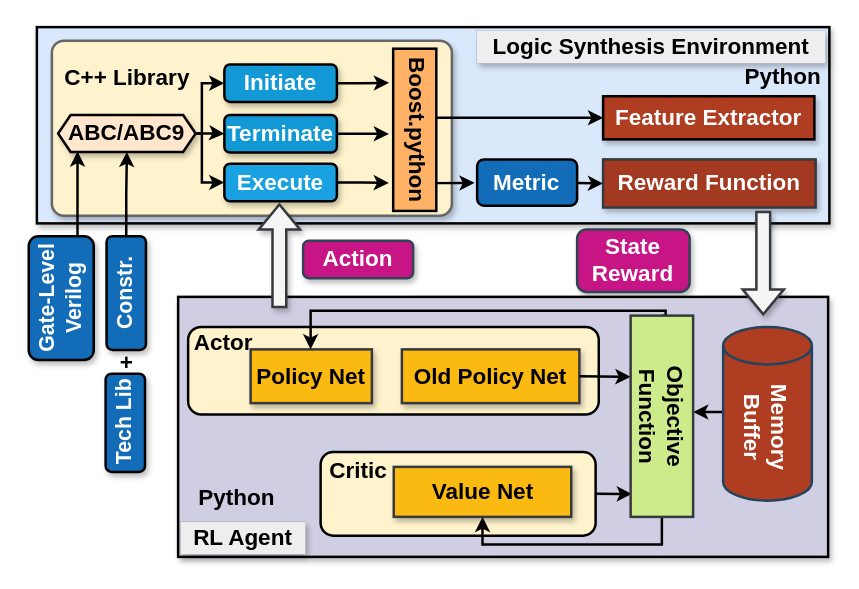
This is learningframework.drawio from kxzhu0505/LogicSynOpt, a draw.io file, before an edit. Source tidied: cells renumbered, new cells numbered last; positions are measured from the earlier drawing's top-left corner, leaving out a move shared by most shapes. Both pictures are drawn from the tidied source at 125%, with x=0, y=0 at pixel (-1, 26).
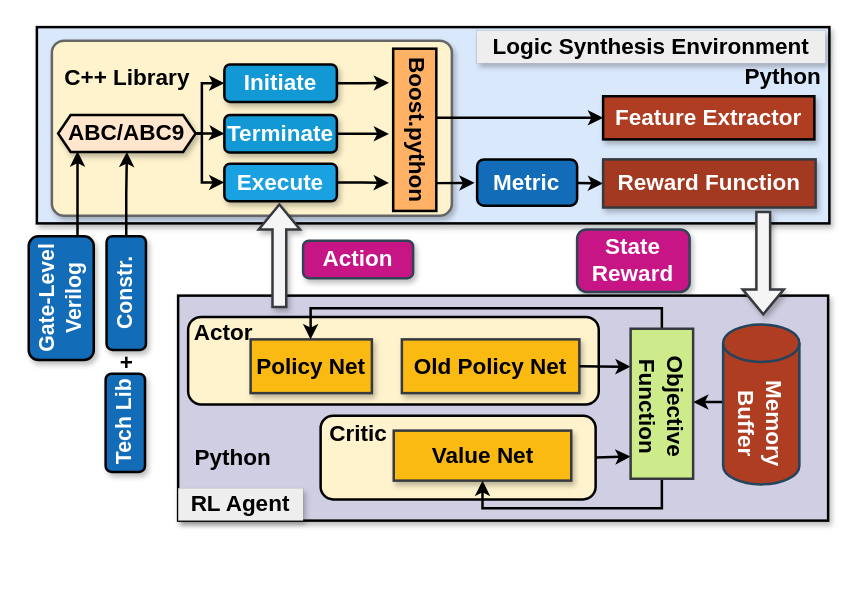
The same diagram, later.

The edit, as a diff of the source:
```diff
@@
     <mxCell id="10" style="rounded=0;whiteSpace=wrap;html=1;fillColor=#d0cee2;strokeColor=#000000;strokeWidth=2;shadow=1;" parent="1" vertex="1">
-      <mxGeometry x="143" y="216" width="520" height="208" as="geometry" />
+      <mxGeometry x="143" y="215" width="520" height="180" as="geometry" />
     </mxCell>
     <mxCell id="11" value="&lt;font size=&quot;1&quot; style=&quot;&quot;&gt;&lt;b style=&quot;font-size: 18px;&quot;&gt;RL Agent&lt;/b&gt;&lt;/font&gt;" style="text;html=1;align=center;verticalAlign=middle;whiteSpace=wrap;rounded=0;fillColor=#eeeeee;strokeColor=#36393d;strokeWidth=0;shadow=1;" parent="1" vertex="1">
-      <mxGeometry x="145" y="396" width="100" height="26" as="geometry" />
+      <mxGeometry x="143" y="369" width="100" height="26" as="geometry" />
     </mxCell>
     <mxCell id="12" style="rounded=1;whiteSpace=wrap;html=1;strokeWidth=2;fillColor=#fef3cd;" parent="1" vertex="1">
-      <mxGeometry x="151" y="240" width="328.5" height="70" as="geometry" />
+      <mxGeometry x="151" y="232" width="328.5" height="70" as="geometry" />
     </mxCell>
     <mxCell id="13" value="&lt;b style=&quot;&quot;&gt;&lt;font style=&quot;font-size: 18px;&quot;&gt;Policy Net&lt;/font&gt;&lt;/b&gt;" style="rounded=0;whiteSpace=wrap;html=1;fillColor=#faba11;strokeColor=#36393d;strokeWidth=2;shadow=1;" parent="1" vertex="1">
-      <mxGeometry x="201" y="258" width="97" height="43" as="geometry" />
+      <mxGeometry x="201" y="250" width="97" height="43" as="geometry" />
     </mxCell>
     <mxCell id="14" value="&lt;b style=&quot;&quot;&gt;&lt;font style=&quot;font-size: 18px;&quot;&gt;Old Policy Net&lt;/font&gt;&lt;/b&gt;" style="rounded=0;whiteSpace=wrap;html=1;fillColor=#faba11;strokeColor=#36393d;strokeWidth=2;shadow=1;" parent="1" vertex="1">
-      <mxGeometry x="322" y="258" width="142" height="43" as="geometry" />
+      <mxGeometry x="322" y="250" width="142" height="43" as="geometry" />
     </mxCell>
     <mxCell id="15" style="rounded=1;whiteSpace=wrap;html=1;strokeWidth=2;fillColor=#fef3cd;" parent="1" vertex="1">
-      <mxGeometry x="257" y="340" width="220" height="67" as="geometry" />
+      <mxGeometry x="257" y="311" width="220" height="67" as="geometry" />
     </mxCell>
     <mxCell id="16" value="&lt;b style=&quot;&quot;&gt;&lt;font style=&quot;font-size: 18px;&quot;&gt;Value Net&lt;/font&gt;&lt;/b&gt;" style="rounded=0;whiteSpace=wrap;html=1;fillColor=#faba11;strokeColor=#36393d;strokeWidth=2;shadow=1;" parent="1" vertex="1">
-      <mxGeometry x="315.5" y="352" width="142" height="40" as="geometry" />
+      <mxGeometry x="315.5" y="323" width="142" height="40" as="geometry" />
     </mxCell>
     <mxCell id="17" value="&lt;span style=&quot;font-size: 18px;&quot;&gt;&lt;b&gt;Actor&lt;/b&gt;&lt;/span&gt;" style="text;html=1;align=center;verticalAlign=middle;whiteSpace=wrap;rounded=0;" parent="1" vertex="1">
-      <mxGeometry x="139" y="238" width="81" height="30" as="geometry" />
+      <mxGeometry x="139" y="230" width="81" height="30" as="geometry" />
     </mxCell>
     <mxCell id="18" value="&lt;span style=&quot;font-size: 18px;&quot;&gt;&lt;b&gt;Critic&lt;/b&gt;&lt;/span&gt;" style="text;html=1;align=center;verticalAlign=middle;whiteSpace=wrap;rounded=0;" parent="1" vertex="1">
-      <mxGeometry x="247" y="340" width="81" height="30" as="geometry" />
+      <mxGeometry x="247" y="311" width="81" height="30" as="geometry" />
     </mxCell>
-    <mxCell id="19" style="endArrow=classic;html=1;rounded=0;strokeWidth=2;exitX=1;exitY=0.5;exitDx=0;exitDy=0;entryX=-0.001;entryY=0.304;entryDx=0;entryDy=0;entryPerimeter=0;" parent="1" edge="1" source="14" target="52">
-      <mxGeometry relative="1" as="geometry" />
+    <mxCell id="19" style="endArrow=classic;html=1;rounded=0;strokeWidth=2;exitX=1;exitY=0.5;exitDx=0;exitDy=0;entryX=-0.001;entryY=0.304;entryDx=0;entryDy=0;entryPerimeter=0;" parent="1" edge="1" source="14">
+      <mxGeometry relative="1" as="geometry">
+        <mxPoint x="505" y="271.9" as="targetPoint" />
+      </mxGeometry>
     </mxCell>
-    <mxCell id="20" style="endArrow=classic;html=1;rounded=0;strokeWidth=2;entryX=0.021;entryY=0.886;entryDx=0;entryDy=0;entryPerimeter=0;exitX=1;exitY=0.5;exitDx=0;exitDy=0;" parent="1" edge="1" source="15" target="52">
-      <mxGeometry relative="1" as="geometry" />
+    <mxCell id="20" style="endArrow=classic;html=1;rounded=0;strokeWidth=2;entryX=0;entryY=0.75;entryDx=0;entryDy=0;exitX=1;exitY=0.5;exitDx=0;exitDy=0;" parent="1" edge="1" source="15">
+      <mxGeometry relative="1" as="geometry">
+        <mxPoint x="505" y="343.7" as="targetPoint" />
+      </mxGeometry>
     </mxCell>
-    <mxCell id="21" style="endArrow=classic;html=1;rounded=0;strokeWidth=2;exitX=0.5;exitY=0;exitDx=0;exitDy=0;edgeStyle=orthogonalEdgeStyle;" parent="1" edge="1" source="52" target="13">
+    <mxCell id="21" style="endArrow=classic;html=1;rounded=0;strokeWidth=2;edgeStyle=orthogonalEdgeStyle;" parent="1" edge="1" target="13">
       <mxGeometry relative="1" as="geometry">
+        <mxPoint x="530" y="245" as="sourcePoint" />
         <Array as="points">
-          <mxPoint x="533" y="231" />
-          <mxPoint x="533" y="227" />
-          <mxPoint x="249" y="227" />
+          <mxPoint x="530" y="225" />
+          <mxPoint x="249" y="225" />
         </Array>
       </mxGeometry>
     </mxCell>
-    <mxCell id="22" style="endArrow=classic;html=1;rounded=0;strokeWidth=2;exitX=0.5;exitY=1;exitDx=0;exitDy=0;edgeStyle=orthogonalEdgeStyle;entryX=0.5;entryY=1;entryDx=0;entryDy=0;" parent="1" edge="1" source="52" target="16">
+    <mxCell id="22" style="endArrow=classic;html=1;rounded=0;strokeWidth=2;edgeStyle=orthogonalEdgeStyle;entryX=0.5;entryY=1;entryDx=0;entryDy=0;" parent="1" edge="1" target="16">
       <mxGeometry relative="1" as="geometry">
+        <mxPoint x="530" y="355" as="sourcePoint" />
         <Array as="points">
-          <mxPoint x="530" y="414" />
-          <mxPoint x="387" y="414" />
+          <mxPoint x="530" y="385" />
+          <mxPoint x="387" y="385" />
         </Array>
       </mxGeometry>
     </mxCell>
     <mxCell id="23" style="endArrow=classic;html=1;rounded=0;strokeWidth=2;entryX=-0.004;entryY=0.225;entryDx=0;entryDy=0;entryPerimeter=0;" parent="1" edge="1">
       <mxGeometry relative="1" as="geometry">
-        <mxPoint x="600" y="308.1" as="sourcePoint" />
-        <mxPoint x="555" y="308.1" as="targetPoint" />
+        <mxPoint x="600" y="300.1" as="sourcePoint" />
+        <mxPoint x="555" y="300.1" as="targetPoint" />
       </mxGeometry>
     </mxCell>
@@
     <mxCell id="40" value="&lt;font style=&quot;font-size: 18px;&quot;&gt;&lt;b&gt;Python&lt;/b&gt;&lt;/font&gt;" style="text;html=1;align=center;verticalAlign=middle;whiteSpace=wrap;rounded=0;" parent="1" vertex="1">
-      <mxGeometry x="160" y="362" width="60" height="30" as="geometry" />
+      <mxGeometry x="157" y="329.5" width="60" height="30" as="geometry" />
     </mxCell>
@@
     <mxCell id="48" style="group;" parent="1" vertex="1">
-      <mxGeometry x="579" y="240" width="71" height="139" as="geometry" />
+      <mxGeometry x="579" y="243" width="61" height="128" as="geometry" />
     </mxCell>
     <mxCell id="49" style="shape=cylinder3;whiteSpace=wrap;html=1;boundedLbl=1;backgroundOutline=1;size=15;fillColor=#ae3d22;strokeColor=#23445d;strokeWidth=2;" parent="48" vertex="1">
-      <mxGeometry width="71" height="139" as="geometry" />
+      <mxGeometry y="-5" width="61" height="128" as="geometry" />
     </mxCell>
     <mxCell id="50" value="&lt;font style=&quot;font-size: 18px;&quot; color=&quot;#ffffff&quot;&gt;&lt;b&gt;Memory&lt;/b&gt;&lt;/font&gt;&lt;div style=&quot;font-size: 18px;&quot;&gt;&lt;font color=&quot;#ffffff&quot;&gt;&lt;b&gt;Buffer&lt;/b&gt;&lt;/font&gt;&lt;/div&gt;" style="text;html=1;align=center;verticalAlign=middle;whiteSpace=wrap;rounded=0;direction=south;rotation=90;" parent="48" vertex="1">
-      <mxGeometry x="-12" y="68" width="93" height="25" as="geometry" />
+      <mxGeometry x="-10.3" y="62.6" width="79.9" height="23" as="geometry" />
     </mxCell>
-    <mxCell id="51" style="group;fillColor=#cdeb8b;strokeColor=#36393d;" parent="1" vertex="1">
-      <mxGeometry x="505" y="231" width="50" height="161" as="geometry" />
+    <mxCell id="51" style="group;fillColor=#cdeb8b;strokeColor=#36393d;strokeWidth=2;" parent="1" vertex="1">
+      <mxGeometry x="505" y="241.5" width="50" height="120" as="geometry" />
     </mxCell>
-    <mxCell id="52" style="rounded=0;whiteSpace=wrap;html=1;fillColor=#cdeb8b;strokeColor=#36393d;strokeWidth=2;" parent="1" vertex="1">
-      <mxGeometry x="505" y="231" width="50" height="161" as="geometry" />
-    </mxCell>
     <mxCell id="53" value="&lt;font style=&quot;font-size: 18px;&quot;&gt;&lt;b&gt;Objective&lt;/b&gt;&lt;/font&gt;&lt;div style=&quot;font-size: 18px;&quot;&gt;&lt;b&gt;Function&lt;/b&gt;&lt;/div&gt;" style="text;html=1;align=center;verticalAlign=middle;whiteSpace=wrap;rounded=0;direction=south;rotation=90;" parent="1" vertex="1">
-      <mxGeometry x="483.5" y="299" width="93" height="25" as="geometry" />
+      <mxGeometry x="483.5" y="291" width="93" height="25" as="geometry" />
     </mxCell>
```
